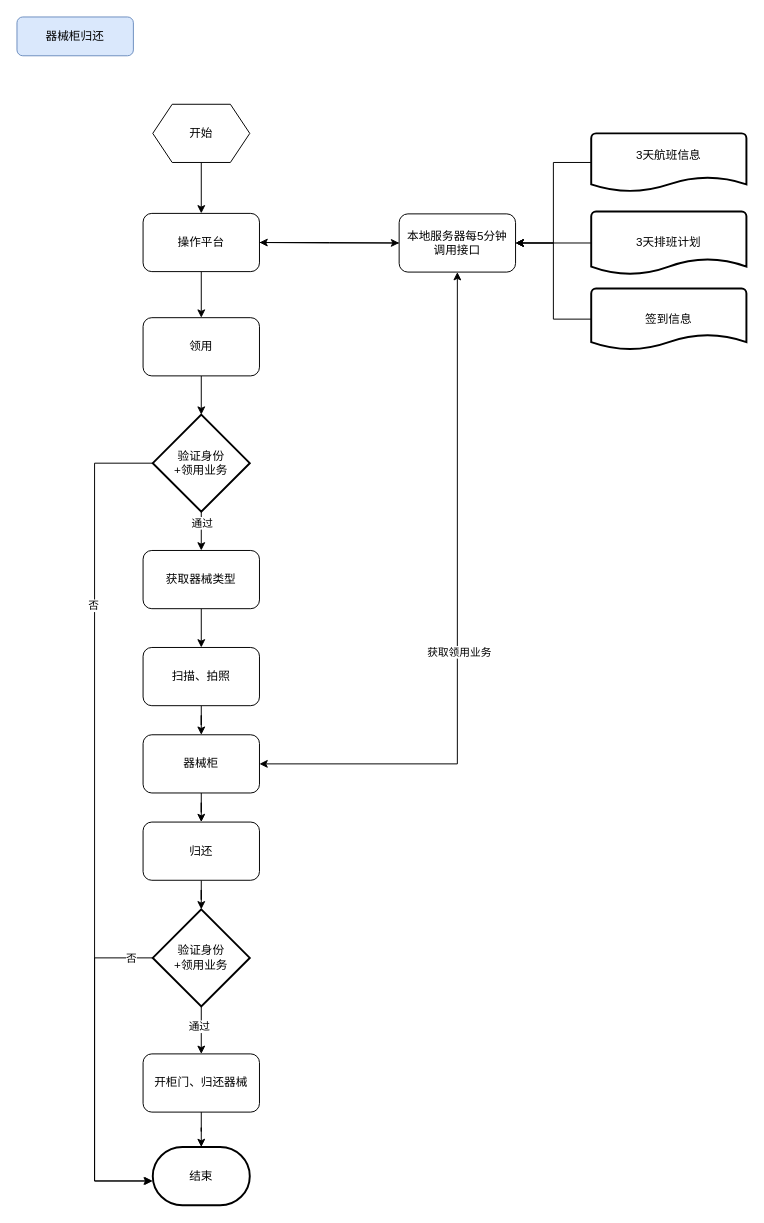
The draw.io diagram xbhangkong4.drawio in HXLMOM/cctest, before the edit. Source tidied: cells renumbered, new cells numbered last; positions are measured from the earlier drawing's top-left corner, leaving out a move shared by most shapes. Both pictures are drawn from the tidied source at 97%, with x=0, y=0 at pixel (16, 16).
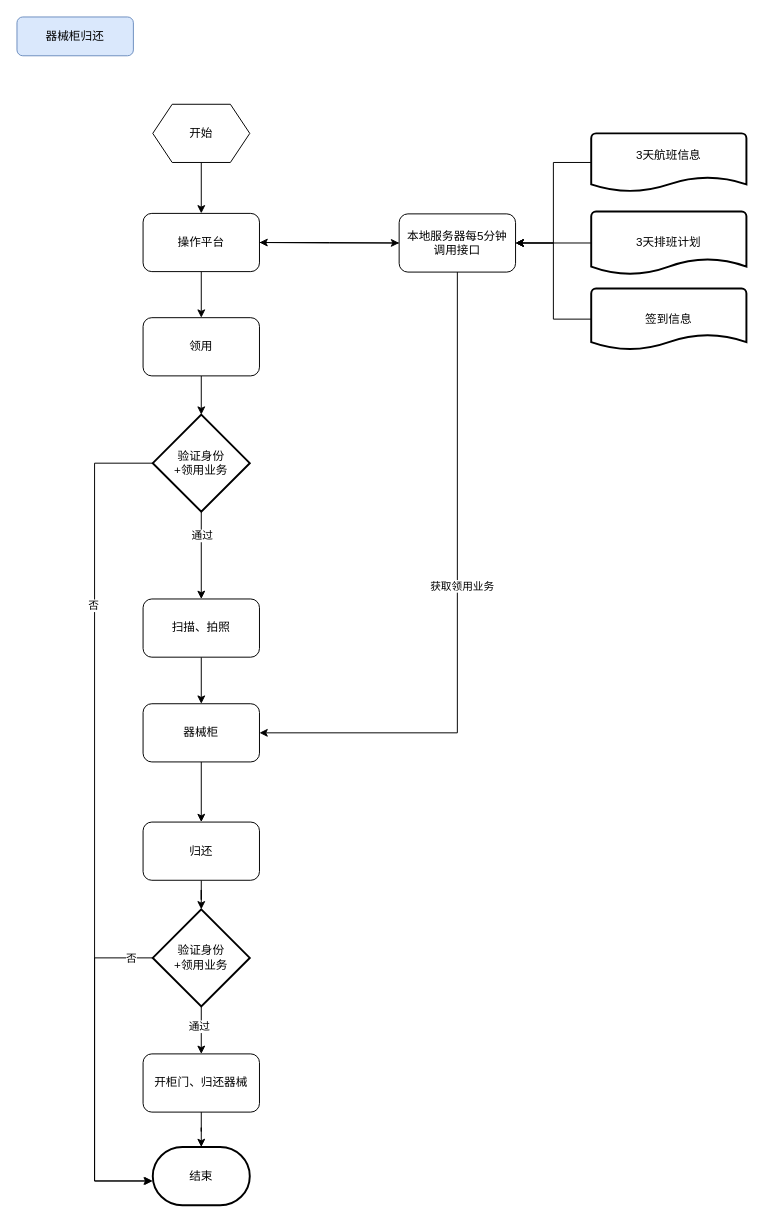
The same page after the edit.

Unchanged cells that the change refers to:
```xml
<mxCell id="11" value="本地服务器每5分钟&lt;br&gt;调用接口" style="rounded=1;whiteSpace=wrap;html=1;" parent="1" vertex="1">
  <mxGeometry x="394" y="203" width="120" height="60" as="geometry" />
</mxCell>
<mxCell id="20" value="验证身份&lt;br&gt;+领用业务" style="strokeWidth=2;html=1;shape=mxgraph.flowchart.decision;whiteSpace=wrap;" parent="1" vertex="1">
  <mxGeometry x="140" y="410" width="100" height="100" as="geometry" />
</mxCell>
```

The edit, as a diff of the source:
```diff
@@
-    <mxCell id="9" style="edgeStyle=orthogonalEdgeStyle;rounded=0;jettySize=auto;html=1;entryX=1;entryY=0.5;entryDx=0;entryDy=0;startArrow=classic;startFill=1;" parent="1" edge="1" source="11" target="31">
+    <mxCell id="9" style="edgeStyle=orthogonalEdgeStyle;rounded=0;jettySize=auto;html=1;entryX=1;entryY=0.5;entryDx=0;entryDy=0;" parent="1" edge="1" source="11" target="31">
       <mxGeometry relative="1" as="geometry">
         <Array as="points">
-          <mxPoint x="454" y="770" />
+          <mxPoint x="454" y="738" />
         </Array>
       </mxGeometry>
     </mxCell>
     <mxCell id="10" value="获取领用业务" style="edgeLabel;html=1;align=center;verticalAlign=middle;" parent="9" vertex="1">
-      <mxGeometry x="0.1" y="1" relative="1" as="geometry" />
+      <mxGeometry x="-0.05" y="4" relative="1" as="geometry" />
     </mxCell>
@@
-    <mxCell id="18" style="edgeStyle=orthogonalEdgeStyle;rounded=0;jettySize=auto;html=1;entryX=0.5;entryY=0;entryDx=0;entryDy=0;" parent="1" edge="1" source="20" target="25">
+    <mxCell id="18" style="edgeStyle=orthogonalEdgeStyle;rounded=0;jettySize=auto;html=1;" parent="1" edge="1" source="20" target="27">
       <mxGeometry relative="1" as="geometry" />
     </mxCell>
@@
-    <mxCell id="24" style="edgeStyle=orthogonalEdgeStyle;rounded=0;jettySize=auto;html=1;entryX=0.5;entryY=0;entryDx=0;entryDy=0;" parent="1" edge="1" source="25" target="27">
-      <mxGeometry relative="1" as="geometry" />
-    </mxCell>
-    <mxCell id="25" value="获取器械类型" style="rounded=1;whiteSpace=wrap;html=1;" parent="1" vertex="1">
-      <mxGeometry x="130" y="550" width="120" height="60" as="geometry" />
-    </mxCell>
@@
     <mxCell id="27" value="扫描、拍照" style="rounded=1;whiteSpace=wrap;html=1;" parent="1" vertex="1">
-      <mxGeometry x="130" y="650" width="120" height="60" as="geometry" />
+      <mxGeometry x="130" y="600" width="120" height="60" as="geometry" />
     </mxCell>
@@
     <mxCell id="31" value="器械柜" style="rounded=1;whiteSpace=wrap;html=1;" parent="1" vertex="1">
-      <mxGeometry x="130" y="740" width="120" height="60" as="geometry" />
+      <mxGeometry x="130" y="708" width="120" height="60" as="geometry" />
     </mxCell>
```
